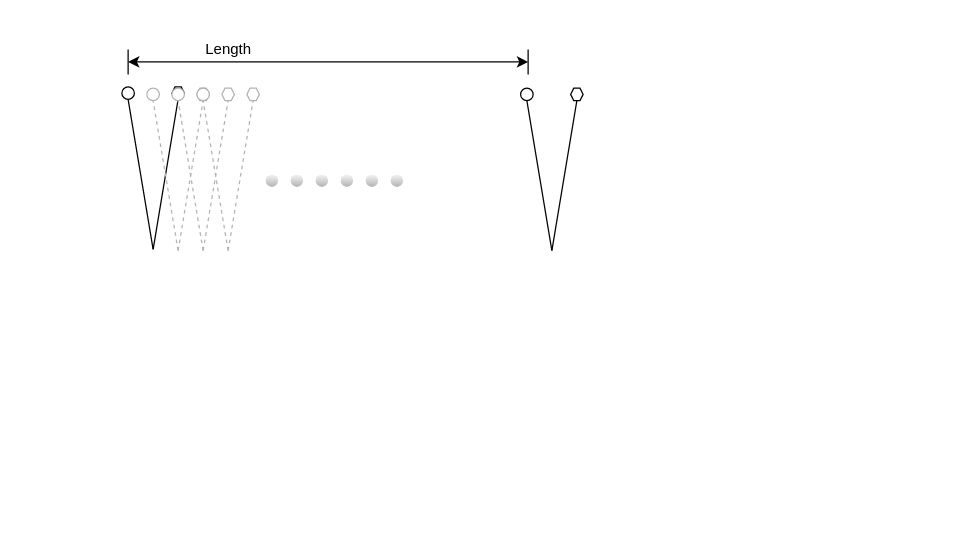
Before: Untitled Diagram.drawio in Lohengrink/git_Practice, a draw.io diagram. Source tidied: cells renumbered, new cells numbered last; positions are measured from the earlier drawing's top-left corner, leaving out a move shared by most shapes. Both pictures are drawn from the tidied source at 125%, with x=0, y=0 at pixel (121, 36).
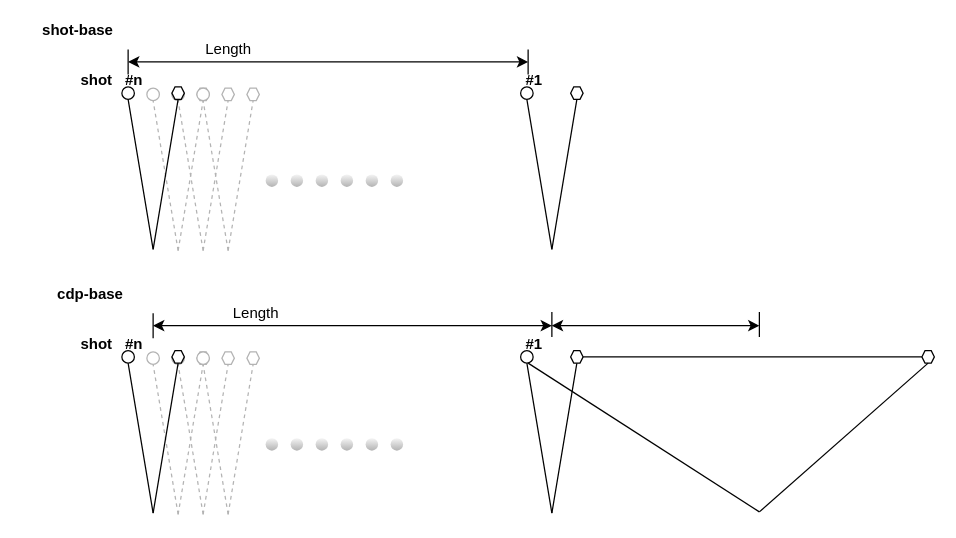
After the change.

The edit, as a diff of the source:
```diff
@@
+    <mxCell id="19" style="ellipse;whiteSpace=wrap;html=1;strokeColor=#B3B3B3;" parent="1" vertex="1">
+      <mxGeometry x="40" y="41" width="10" height="10" as="geometry" />
+    </mxCell>
@@
-    <mxCell id="3" style="endArrow=none;html=1;" parent="1" edge="1">
-      <mxGeometry relative="1" as="geometry">
-        <mxPoint x="25" y="170" as="sourcePoint" />
-        <mxPoint x="45" y="50" as="targetPoint" />
-      </mxGeometry>
-    </mxCell>
@@
     <mxCell id="6" style="endArrow=none;html=1;" parent="1" edge="1">
       <mxGeometry relative="1" as="geometry">
-        <mxPoint x="344" y="171" as="sourcePoint" />
-        <mxPoint x="324" y="51" as="targetPoint" />
+        <mxPoint x="344" y="170" as="sourcePoint" />
+        <mxPoint x="324" y="50" as="targetPoint" />
       </mxGeometry>
     </mxCell>
     <mxCell id="7" style="endArrow=none;html=1;" parent="1" edge="1">
       <mxGeometry relative="1" as="geometry">
-        <mxPoint x="344" y="171" as="sourcePoint" />
-        <mxPoint x="364" y="51" as="targetPoint" />
+        <mxPoint x="344" y="170" as="sourcePoint" />
+        <mxPoint x="364" y="50" as="targetPoint" />
       </mxGeometry>
     </mxCell>
     <mxCell id="8" style="ellipse;whiteSpace=wrap;html=1;" parent="1" vertex="1">
-      <mxGeometry x="319" y="41" width="10" height="10" as="geometry" />
+      <mxGeometry x="319" y="40" width="10" height="10" as="geometry" />
     </mxCell>
     <mxCell id="9" style="shape=hexagon;perimeter=hexagonPerimeter2;whiteSpace=wrap;html=1;" parent="1" vertex="1">
-      <mxGeometry x="359" y="41" width="10" height="10" as="geometry" />
+      <mxGeometry x="359" y="40" width="10" height="10" as="geometry" />
     </mxCell>
@@
-    <mxCell id="19" style="ellipse;whiteSpace=wrap;html=1;strokeColor=#B3B3B3;" parent="1" vertex="1">
-      <mxGeometry x="40" y="41" width="10" height="10" as="geometry" />
-    </mxCell>
@@
+    <mxCell id="3" style="endArrow=none;html=1;" parent="1" edge="1">
+      <mxGeometry relative="1" as="geometry">
+        <mxPoint x="25" y="170" as="sourcePoint" />
+        <mxPoint x="45" y="50" as="targetPoint" />
+      </mxGeometry>
+    </mxCell>
+    <mxCell id="32" value="&lt;font style=&quot;font-size: 12px&quot;&gt;&lt;b&gt;#1&lt;/b&gt;&lt;/font&gt;" style="text;html=1;strokeColor=none;fillColor=none;align=center;verticalAlign=middle;whiteSpace=wrap;rounded=0;" parent="1" vertex="1">
+      <mxGeometry x="310" y="29" width="40" height="11" as="geometry" />
+    </mxCell>
+    <mxCell id="33" value="&lt;font style=&quot;font-size: 12px&quot;&gt;&lt;b&gt;shot&lt;/b&gt;&lt;/font&gt;" style="text;html=1;strokeColor=none;fillColor=none;align=center;verticalAlign=middle;whiteSpace=wrap;rounded=0;" parent="1" vertex="1">
+      <mxGeometry x="-40" y="29" width="40" height="11" as="geometry" />
+    </mxCell>
+    <mxCell id="34" value="&lt;font style=&quot;font-size: 12px&quot;&gt;&lt;b&gt;#n&lt;/b&gt;&lt;/font&gt;" style="text;html=1;strokeColor=none;fillColor=none;align=center;verticalAlign=middle;whiteSpace=wrap;rounded=0;" parent="1" vertex="1">
+      <mxGeometry x="-10" y="29" width="40" height="11" as="geometry" />
+    </mxCell>
+    <mxCell id="35" value="&lt;font style=&quot;font-size: 12px&quot;&gt;&lt;b&gt;shot-base&lt;/b&gt;&lt;/font&gt;" style="text;html=1;strokeColor=none;fillColor=none;align=center;verticalAlign=middle;whiteSpace=wrap;rounded=0;" parent="1" vertex="1">
+      <mxGeometry x="-80" y="-11" width="90" height="11" as="geometry" />
+    </mxCell>
+    <mxCell id="36" style="ellipse;whiteSpace=wrap;html=1;strokeColor=#B3B3B3;" parent="1" vertex="1">
+      <mxGeometry x="40" y="252" width="10" height="10" as="geometry" />
+    </mxCell>
+    <mxCell id="37" style="endArrow=none;html=1;" parent="1" edge="1">
+      <mxGeometry relative="1" as="geometry">
+        <mxPoint x="25" y="381" as="sourcePoint" />
+        <mxPoint x="5" y="261" as="targetPoint" />
+      </mxGeometry>
+    </mxCell>
+    <mxCell id="38" style="ellipse;whiteSpace=wrap;html=1;" parent="1" vertex="1">
+      <mxGeometry y="251" width="10" height="10" as="geometry" />
+    </mxCell>
+    <mxCell id="39" style="shape=hexagon;perimeter=hexagonPerimeter2;whiteSpace=wrap;html=1;" parent="1" vertex="1">
+      <mxGeometry x="40" y="251" width="10" height="10" as="geometry" />
+    </mxCell>
+    <mxCell id="40" style="endArrow=none;html=1;" parent="1" edge="1">
+      <mxGeometry relative="1" as="geometry">
+        <mxPoint x="344" y="381" as="sourcePoint" />
+        <mxPoint x="324" y="261" as="targetPoint" />
+      </mxGeometry>
+    </mxCell>
+    <mxCell id="41" style="endArrow=none;html=1;" parent="1" edge="1">
+      <mxGeometry relative="1" as="geometry">
+        <mxPoint x="344" y="381" as="sourcePoint" />
+        <mxPoint x="364" y="261" as="targetPoint" />
+      </mxGeometry>
+    </mxCell>
+    <mxCell id="42" style="ellipse;whiteSpace=wrap;html=1;" parent="1" vertex="1">
+      <mxGeometry x="319" y="251" width="10" height="10" as="geometry" />
+    </mxCell>
+    <mxCell id="43" style="shape=hexagon;perimeter=hexagonPerimeter2;whiteSpace=wrap;html=1;" parent="1" vertex="1">
+      <mxGeometry x="359" y="251" width="10" height="10" as="geometry" />
+    </mxCell>
+    <mxCell id="44" style="endArrow=classic;startArrow=classic;html=1;" parent="1" edge="1">
+      <mxGeometry relative="1" as="geometry">
+        <mxPoint x="25" y="231" as="sourcePoint" />
+        <mxPoint x="344" y="231" as="targetPoint" />
+      </mxGeometry>
+    </mxCell>
+    <mxCell id="45" style="endArrow=none;html=1;" parent="1" edge="1">
+      <mxGeometry relative="1" as="geometry">
+        <mxPoint x="25" y="241" as="sourcePoint" />
+        <mxPoint x="25" y="221" as="targetPoint" />
+      </mxGeometry>
+    </mxCell>
+    <mxCell id="46" style="endArrow=none;html=1;" parent="1" edge="1">
+      <mxGeometry relative="1" as="geometry">
+        <mxPoint x="344" y="240" as="sourcePoint" />
+        <mxPoint x="344" y="220" as="targetPoint" />
+      </mxGeometry>
+    </mxCell>
+    <mxCell id="47" style="endArrow=none;html=1;strokeColor=#B3B3B3;dashed=1;" parent="1" edge="1">
+      <mxGeometry relative="1" as="geometry">
+        <mxPoint x="45" y="382" as="sourcePoint" />
+        <mxPoint x="25" y="262" as="targetPoint" />
+      </mxGeometry>
+    </mxCell>
+    <mxCell id="48" style="endArrow=none;html=1;strokeColor=#B3B3B3;dashed=1;" parent="1" edge="1">
+      <mxGeometry relative="1" as="geometry">
+        <mxPoint x="45" y="382" as="sourcePoint" />
+        <mxPoint x="65" y="262" as="targetPoint" />
+      </mxGeometry>
+    </mxCell>
+    <mxCell id="49" style="ellipse;whiteSpace=wrap;html=1;strokeColor=#B3B3B3;" parent="1" vertex="1">
+      <mxGeometry x="20" y="252" width="10" height="10" as="geometry" />
+    </mxCell>
+    <mxCell id="50" style="shape=hexagon;perimeter=hexagonPerimeter2;whiteSpace=wrap;html=1;strokeColor=#B3B3B3;" parent="1" vertex="1">
+      <mxGeometry x="60" y="252" width="10" height="10" as="geometry" />
+    </mxCell>
+    <mxCell id="51" style="endArrow=none;html=1;strokeColor=#B3B3B3;dashed=1;" parent="1" edge="1">
+      <mxGeometry relative="1" as="geometry">
+        <mxPoint x="65" y="382" as="sourcePoint" />
+        <mxPoint x="45" y="262" as="targetPoint" />
+      </mxGeometry>
+    </mxCell>
+    <mxCell id="52" style="endArrow=none;html=1;strokeColor=#B3B3B3;dashed=1;" parent="1" edge="1">
+      <mxGeometry relative="1" as="geometry">
+        <mxPoint x="65" y="382" as="sourcePoint" />
+        <mxPoint x="85" y="262" as="targetPoint" />
+      </mxGeometry>
+    </mxCell>
+    <mxCell id="53" style="shape=hexagon;perimeter=hexagonPerimeter2;whiteSpace=wrap;html=1;strokeColor=#B3B3B3;" parent="1" vertex="1">
+      <mxGeometry x="80" y="252" width="10" height="10" as="geometry" />
+    </mxCell>
+    <mxCell id="54" style="endArrow=none;html=1;strokeColor=#B3B3B3;dashed=1;" parent="1" edge="1">
+      <mxGeometry relative="1" as="geometry">
+        <mxPoint x="85" y="382" as="sourcePoint" />
+        <mxPoint x="65" y="262" as="targetPoint" />
+      </mxGeometry>
+    </mxCell>
+    <mxCell id="55" style="endArrow=none;html=1;strokeColor=#B3B3B3;dashed=1;" parent="1" edge="1">
+      <mxGeometry relative="1" as="geometry">
+        <mxPoint x="85" y="382" as="sourcePoint" />
+        <mxPoint x="105" y="262" as="targetPoint" />
+      </mxGeometry>
+    </mxCell>
+    <mxCell id="56" style="ellipse;whiteSpace=wrap;html=1;strokeColor=#B3B3B3;" parent="1" vertex="1">
+      <mxGeometry x="60" y="252" width="10" height="10" as="geometry" />
+    </mxCell>
+    <mxCell id="57" style="shape=hexagon;perimeter=hexagonPerimeter2;whiteSpace=wrap;html=1;strokeColor=#B3B3B3;" parent="1" vertex="1">
+      <mxGeometry x="100" y="252" width="10" height="10" as="geometry" />
+    </mxCell>
+    <mxCell id="58" style="ellipse;whiteSpace=wrap;html=1;gradientColor=#b3b3b3;fillColor=#f5f5f5;strokeColor=none;" parent="1" vertex="1">
+      <mxGeometry x="115" y="321" width="10" height="10" as="geometry" />
+    </mxCell>
+    <mxCell id="59" style="ellipse;whiteSpace=wrap;html=1;gradientColor=#b3b3b3;fillColor=#f5f5f5;strokeColor=none;" parent="1" vertex="1">
+      <mxGeometry x="135" y="321" width="10" height="10" as="geometry" />
+    </mxCell>
+    <mxCell id="60" style="ellipse;whiteSpace=wrap;html=1;gradientColor=#b3b3b3;fillColor=#f5f5f5;strokeColor=none;" parent="1" vertex="1">
+      <mxGeometry x="155" y="321" width="10" height="10" as="geometry" />
+    </mxCell>
+    <mxCell id="61" style="ellipse;whiteSpace=wrap;html=1;gradientColor=#b3b3b3;fillColor=#f5f5f5;strokeColor=none;" parent="1" vertex="1">
+      <mxGeometry x="175" y="321" width="10" height="10" as="geometry" />
+    </mxCell>
+    <mxCell id="62" style="ellipse;whiteSpace=wrap;html=1;gradientColor=#b3b3b3;fillColor=#f5f5f5;strokeColor=none;" parent="1" vertex="1">
+      <mxGeometry x="195" y="321" width="10" height="10" as="geometry" />
+    </mxCell>
+    <mxCell id="63" style="ellipse;whiteSpace=wrap;html=1;gradientColor=#b3b3b3;fillColor=#f5f5f5;strokeColor=none;" parent="1" vertex="1">
+      <mxGeometry x="215" y="321" width="10" height="10" as="geometry" />
+    </mxCell>
+    <mxCell id="64" value="Length" style="text;html=1;align=center;verticalAlign=middle;" parent="1" vertex="1">
+      <mxGeometry x="82" y="211" width="50" height="20" as="geometry" />
+    </mxCell>
+    <mxCell id="65" style="endArrow=none;html=1;" parent="1" edge="1">
+      <mxGeometry relative="1" as="geometry">
+        <mxPoint x="25" y="381" as="sourcePoint" />
+        <mxPoint x="45" y="261" as="targetPoint" />
+      </mxGeometry>
+    </mxCell>
+    <mxCell id="66" value="&lt;font style=&quot;font-size: 12px&quot;&gt;&lt;b&gt;#1&lt;/b&gt;&lt;/font&gt;" style="text;html=1;strokeColor=none;fillColor=none;align=center;verticalAlign=middle;whiteSpace=wrap;rounded=0;" parent="1" vertex="1">
+      <mxGeometry x="310" y="240" width="40" height="11" as="geometry" />
+    </mxCell>
+    <mxCell id="67" value="&lt;font style=&quot;font-size: 12px&quot;&gt;&lt;b&gt;shot&lt;/b&gt;&lt;/font&gt;" style="text;html=1;strokeColor=none;fillColor=none;align=center;verticalAlign=middle;whiteSpace=wrap;rounded=0;" parent="1" vertex="1">
+      <mxGeometry x="-40" y="240" width="40" height="11" as="geometry" />
+    </mxCell>
+    <mxCell id="68" value="&lt;font style=&quot;font-size: 12px&quot;&gt;&lt;b&gt;#n&lt;/b&gt;&lt;/font&gt;" style="text;html=1;strokeColor=none;fillColor=none;align=center;verticalAlign=middle;whiteSpace=wrap;rounded=0;" parent="1" vertex="1">
+      <mxGeometry x="-10" y="240" width="40" height="11" as="geometry" />
+    </mxCell>
+    <mxCell id="69" value="&lt;font style=&quot;font-size: 12px&quot;&gt;&lt;b&gt;cdp-base&lt;/b&gt;&lt;/font&gt;" style="text;html=1;strokeColor=none;fillColor=none;align=center;verticalAlign=middle;whiteSpace=wrap;rounded=0;" parent="1" vertex="1">
+      <mxGeometry x="-70" y="200" width="90" height="11" as="geometry" />
+    </mxCell>
+    <mxCell id="70" style="endArrow=none;html=1;entryX=0;entryY=0.5;entryDx=0;entryDy=0;" parent="1" edge="1" target="71">
+      <mxGeometry relative="1" as="geometry">
+        <mxPoint x="369" y="255.9" as="sourcePoint" />
+      </mxGeometry>
+    </mxCell>
+    <mxCell id="71" style="shape=hexagon;perimeter=hexagonPerimeter2;whiteSpace=wrap;html=1;" parent="1" vertex="1">
+      <mxGeometry x="640" y="251" width="10" height="10" as="geometry" />
+    </mxCell>
+    <mxCell id="72" style="endArrow=none;html=1;" parent="1" edge="1">
+      <mxGeometry relative="1" as="geometry">
+        <mxPoint x="510" y="380" as="sourcePoint" />
+        <mxPoint x="325" y="261" as="targetPoint" />
+      </mxGeometry>
+    </mxCell>
+    <mxCell id="73" style="endArrow=none;html=1;entryX=0.5;entryY=1;entryDx=0;entryDy=0;" parent="1" edge="1" target="71">
+      <mxGeometry relative="1" as="geometry">
+        <mxPoint x="510" y="380" as="sourcePoint" />
+      </mxGeometry>
+    </mxCell>
+    <mxCell id="74" style="endArrow=classic;startArrow=classic;html=1;" parent="1" edge="1">
+      <mxGeometry relative="1" as="geometry">
+        <mxPoint x="344" y="231" as="sourcePoint" />
+        <mxPoint x="510" y="231" as="targetPoint" />
+      </mxGeometry>
+    </mxCell>
+    <mxCell id="75" style="endArrow=none;html=1;" parent="1" edge="1">
+      <mxGeometry relative="1" as="geometry">
+        <mxPoint x="510" y="240" as="sourcePoint" />
+        <mxPoint x="510" y="220" as="targetPoint" />
+      </mxGeometry>
+    </mxCell>
```
